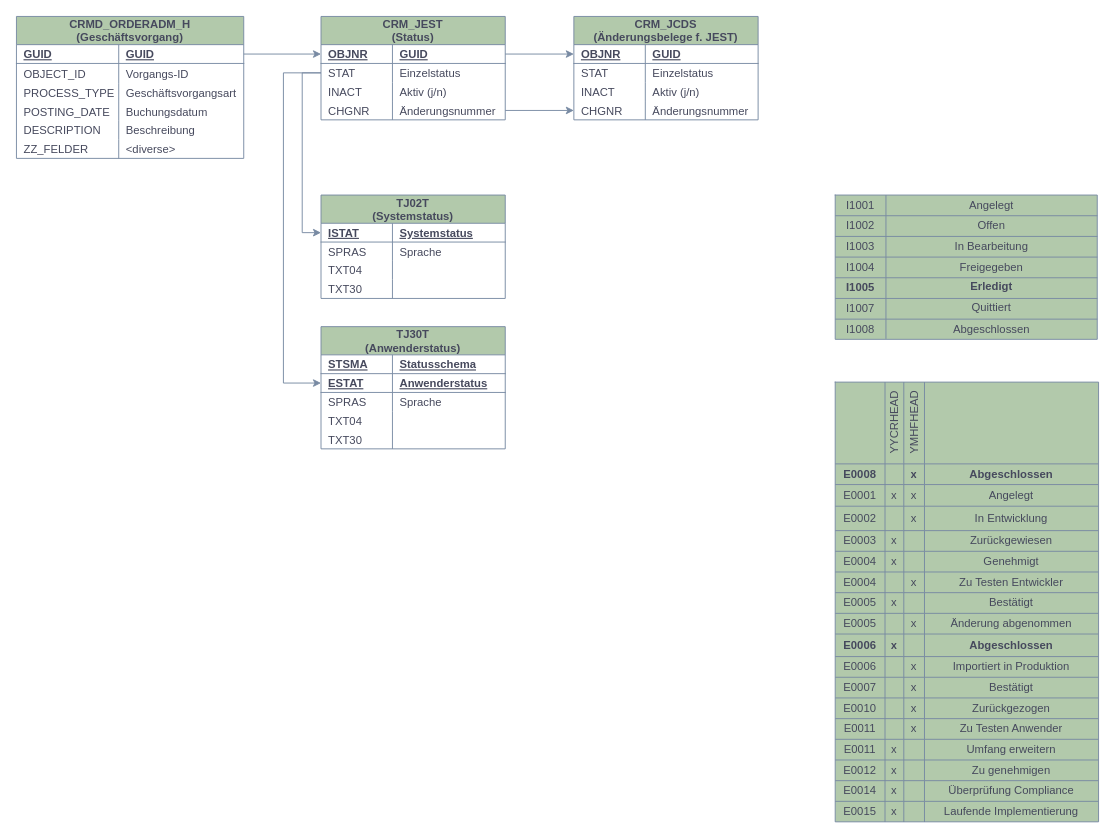
Earlier version of the draw.io diagram modelling/erd_solutionmanager_itsm.drawio (JanniMeloni/documentation). Source tidied: cells renumbered, new cells numbered last; positions are measured from the earlier drawing's top-left corner, leaving out a move shared by most shapes. Both pictures are drawn from the tidied source at 94%, with x=0, y=0 at pixel (16, 16).
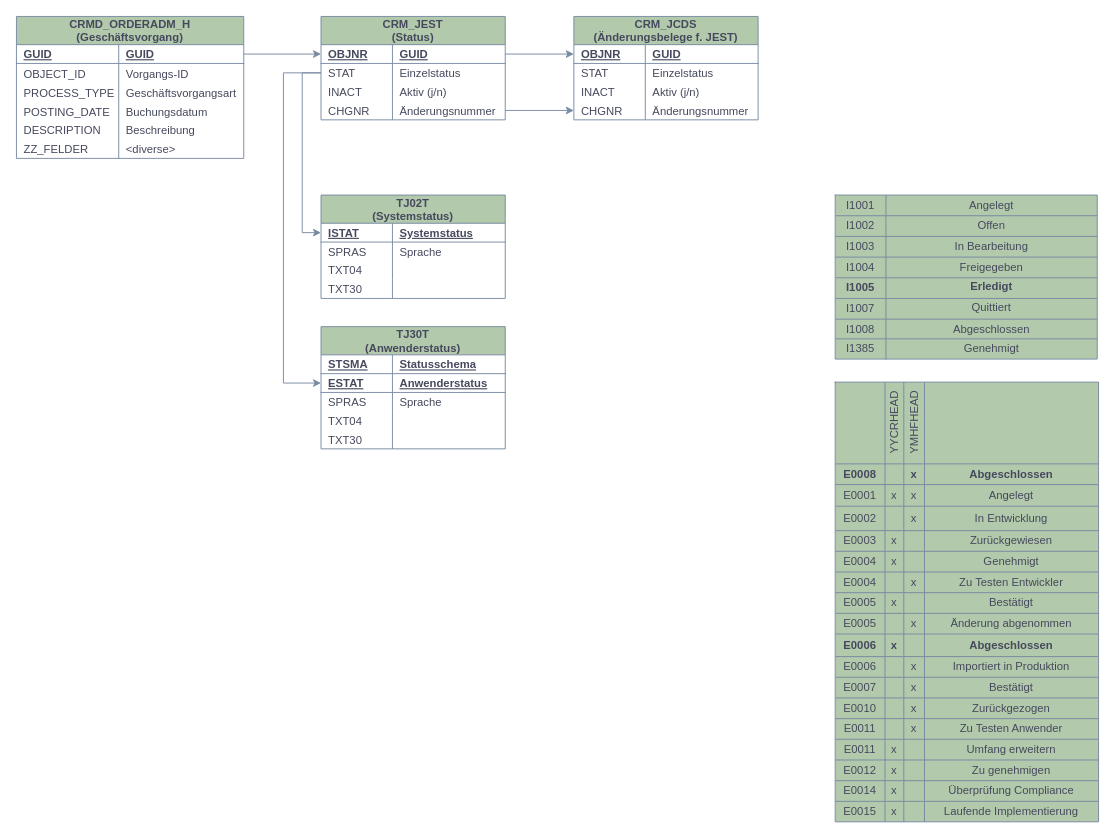
The same diagram, later.

Change to the diagram source:
```diff
@@
     <mxCell id="82" style="shape=table;startSize=0;childLayout=tableLayout;rounded=0;sketch=0;fontColor=#46495D;strokeColor=#788AA3;fillColor=#B2C9AB;" parent="1" vertex="1">
-      <mxGeometry x="871" y="190" width="278.8" height="153.5" as="geometry" />
+      <mxGeometry x="871" y="190" width="278.8" height="174.5" as="geometry" />
     </mxCell>
@@
+    <mxCell id="195" style="shape=tableRow;horizontal=0;startSize=0;swimlaneHead=0;swimlaneBody=0;top=0;left=0;bottom=0;right=0;fillColor=none;rounded=0;sketch=0;fontColor=#46495D;strokeColor=#788AA3;" parent="82" vertex="1">
+      <mxGeometry y="153" width="278.8" height="22" as="geometry" />
+    </mxCell>
+    <mxCell id="196" value="I1385" style="shape=partialRectangle;html=1;whiteSpace=wrap;overflow=hidden;fillColor=none;top=0;left=0;bottom=0;right=0;rounded=0;sketch=0;fontColor=#46495D;strokeColor=#788AA3;" parent="195" vertex="1">
+      <mxGeometry width="54" height="22" as="geometry" />
+    </mxCell>
+    <mxCell id="197" value="Genehmigt" style="shape=partialRectangle;html=1;whiteSpace=wrap;overflow=hidden;fillColor=none;top=0;left=0;bottom=0;right=0;rounded=0;sketch=0;fontColor=#46495D;strokeColor=#788AA3;" parent="195" vertex="1">
+      <mxGeometry x="54" width="225" height="22" as="geometry" />
+    </mxCell>
```
